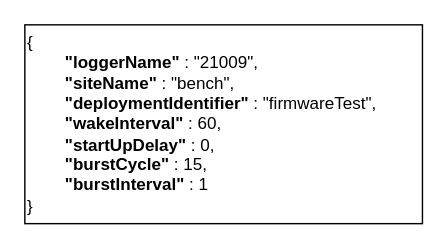
Before: page "JSON" (2 of 5) of JSONexample.drawio in rrivirr/rriv-diagrams, a draw.io diagram. Source tidied: cells renumbered, new cells numbered last; positions are measured from the earlier drawing's top-left corner, leaving out a move shared by most shapes. Both pictures are drawn from the tidied source at 142%, with x=0, y=0 at pixel (24, 24).
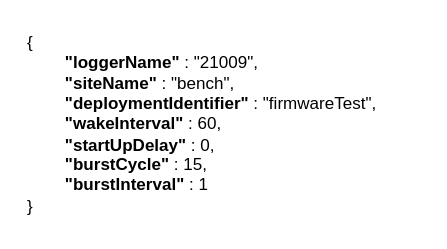
The same diagram, later.

Diff of the diagram source:
```diff
@@
 <mxGraphModel background="#ffffff">
   <root>
     <mxCell id="0" />
     <mxCell id="1" parent="0" />
-    <mxCell id="2" value="&lt;div align=&quot;left&quot;&gt;&lt;font color=&quot;#000000&quot;&gt;{&lt;/font&gt;&lt;br&gt;&lt;/div&gt;&lt;div align=&quot;left&quot;&gt;&lt;font color=&quot;#000000&quot;&gt;&lt;span style=&quot;white-space: pre;&quot;&gt;&#9;&lt;/span&gt;&lt;b&gt;&quot;loggerName&quot;&lt;/b&gt; : &quot;21009&quot;,&lt;br&gt;&lt;span style=&quot;white-space: pre;&quot;&gt;&#9;&lt;/span&gt;&lt;b&gt;&quot;siteName&quot;&lt;/b&gt; : &quot;bench&quot;,&lt;br&gt;&lt;span style=&quot;white-space: pre;&quot;&gt;&#9;&lt;/span&gt;&lt;b&gt;&quot;deploymentIdentifier&quot;&lt;/b&gt; : &quot;firmwareTest&quot;,&lt;br&gt;&lt;span style=&quot;white-space: pre;&quot;&gt;&#9;&lt;/span&gt;&lt;b&gt;&quot;wakeInterval&quot;&lt;/b&gt; : 60,&lt;br&gt;&lt;span style=&quot;white-space: pre;&quot;&gt;&#9;&lt;/span&gt;&lt;b&gt;&quot;startUpDelay&quot;&lt;/b&gt; : 0,&lt;br&gt;&lt;span style=&quot;white-space: pre;&quot;&gt;&#9;&lt;/span&gt;&lt;b&gt;&quot;burstCycle&quot;&lt;/b&gt; : 15,&lt;/font&gt;&lt;/div&gt;&lt;div align=&quot;left&quot;&gt;&lt;font color=&quot;#000000&quot;&gt;&lt;span style=&quot;white-space: pre;&quot;&gt;&#9;&lt;/span&gt;&lt;b&gt;&quot;burstInterval&quot;&lt;/b&gt; : 1&lt;br&gt;}&lt;br&gt;&lt;/font&gt;&lt;/div&gt;" style="text;html=1;strokeColor=#000000;fillColor=none;align=left;verticalAlign=middle;whiteSpace=wrap;rounded=0;" parent="1" vertex="1">
+    <mxCell id="2" value="&lt;div align=&quot;left&quot;&gt;&lt;font color=&quot;#000000&quot;&gt;{&lt;/font&gt;&lt;br&gt;&lt;/div&gt;&lt;div align=&quot;left&quot;&gt;&lt;font color=&quot;#000000&quot;&gt;&lt;span style=&quot;white-space: pre;&quot;&gt;&#9;&lt;/span&gt;&lt;b&gt;&quot;loggerName&quot;&lt;/b&gt; : &quot;21009&quot;,&lt;br&gt;&lt;span style=&quot;white-space: pre;&quot;&gt;&#9;&lt;/span&gt;&lt;b&gt;&quot;siteName&quot;&lt;/b&gt; : &quot;bench&quot;,&lt;br&gt;&lt;span style=&quot;white-space: pre;&quot;&gt;&#9;&lt;/span&gt;&lt;b&gt;&quot;deploymentIdentifier&quot;&lt;/b&gt; : &quot;firmwareTest&quot;,&lt;br&gt;&lt;span style=&quot;white-space: pre;&quot;&gt;&#9;&lt;/span&gt;&lt;b&gt;&quot;wakeInterval&quot;&lt;/b&gt; : 60,&lt;br&gt;&lt;span style=&quot;white-space: pre;&quot;&gt;&#9;&lt;/span&gt;&lt;b&gt;&quot;startUpDelay&quot;&lt;/b&gt; : 0,&lt;br&gt;&lt;span style=&quot;white-space: pre;&quot;&gt;&#9;&lt;/span&gt;&lt;b&gt;&quot;burstCycle&quot;&lt;/b&gt; : 15,&lt;/font&gt;&lt;/div&gt;&lt;div align=&quot;left&quot;&gt;&lt;font color=&quot;#000000&quot;&gt;&lt;span style=&quot;white-space: pre;&quot;&gt;&#9;&lt;/span&gt;&lt;b&gt;&quot;burstInterval&quot;&lt;/b&gt; : 1&lt;br&gt;}&lt;br&gt;&lt;/font&gt;&lt;/div&gt;" style="text;html=1;strokeColor=none;fillColor=none;align=left;verticalAlign=middle;whiteSpace=wrap;rounded=0;" parent="1" vertex="1">
       <mxGeometry width="280" height="140" as="geometry" />
     </mxCell>
   </root>
 </mxGraphModel>
```
